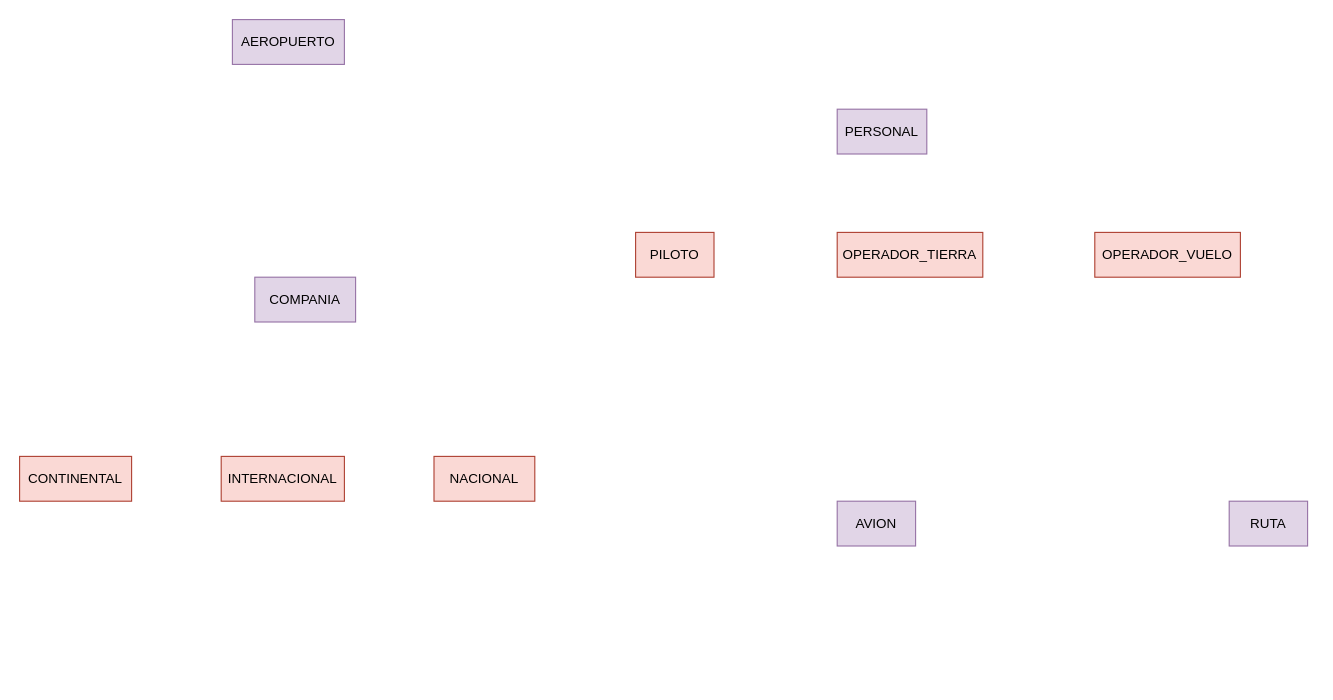
misiomishi/itcj keeps this draw.io diagram as Diagrama E-R Aeropuerto TBD.drawio. Above is the earlier version. Source tidied: cells renumbered, new cells numbered last; positions are measured from the earlier drawing's top-left corner, leaving out a move shared by most shapes. Both pictures are drawn from the tidied source at 112%, with x=0, y=0 at pixel (19, 19).
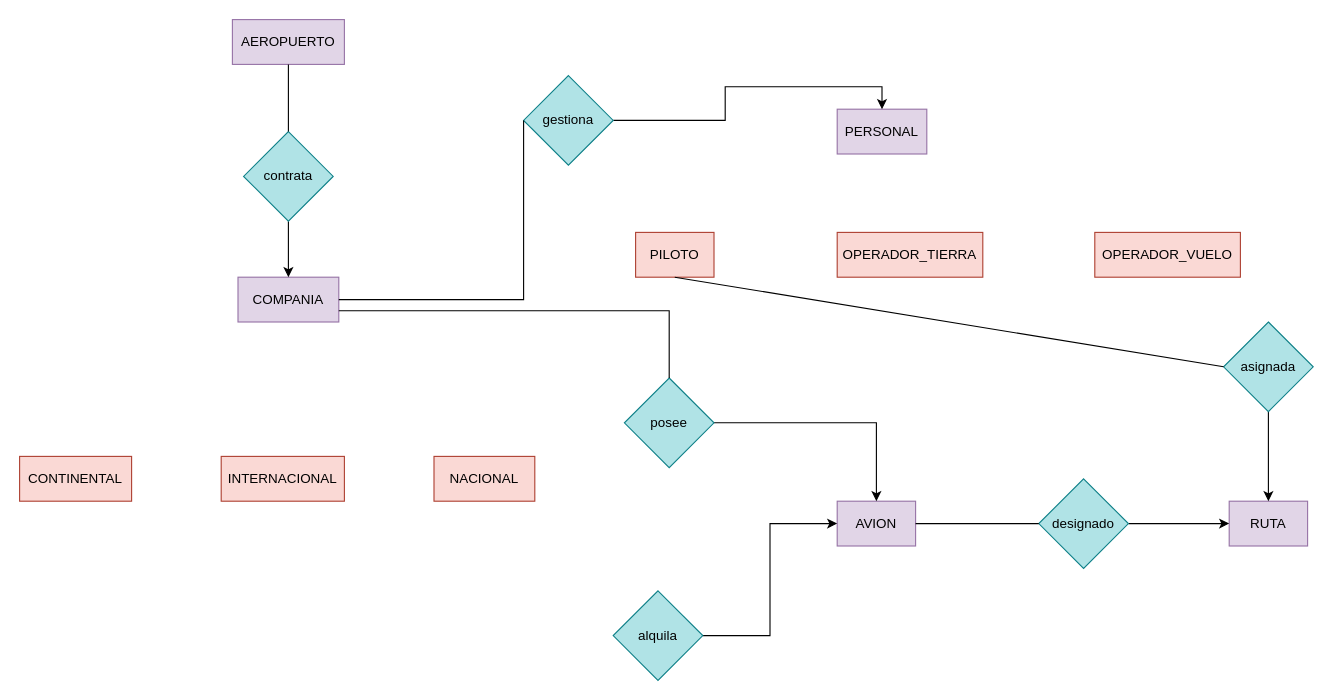
Above is the later version.

Unchanged cells that the change refers to:
```xml
<mxCell id="2" value="AEROPUERTO" style="rounded=0;whiteSpace=wrap;html=1;fillColor=#e1d5e7;strokeColor=#9673a6;" parent="1" vertex="1">
  <mxGeometry x="190" width="100" height="40" as="geometry" />
</mxCell>
<mxCell id="4" value="AVION" style="rounded=0;whiteSpace=wrap;html=1;fillColor=#e1d5e7;strokeColor=#9673a6;" parent="1" vertex="1">
  <mxGeometry x="730" y="430" width="70" height="40" as="geometry" />
</mxCell>
<mxCell id="5" value="RUTA" style="rounded=0;whiteSpace=wrap;html=1;fillColor=#e1d5e7;strokeColor=#9673a6;" parent="1" vertex="1">
  <mxGeometry x="1080" y="430" width="70" height="40" as="geometry" />
</mxCell>
<mxCell id="6" value="PERSONAL" style="rounded=0;whiteSpace=wrap;html=1;fillColor=#e1d5e7;strokeColor=#9673a6;" parent="1" vertex="1">
  <mxGeometry x="730" y="80" width="80" height="40" as="geometry" />
</mxCell>
<mxCell id="12" value="PILOTO" style="rounded=0;whiteSpace=wrap;html=1;fillColor=#fad9d5;strokeColor=#ae4132;" parent="1" vertex="1">
  <mxGeometry x="550" y="190" width="70" height="40" as="geometry" />
</mxCell>
```

The edit, as a diff of the source:
```diff
@@
     <mxCell id="3" value="COMPANIA" style="rounded=0;whiteSpace=wrap;html=1;fillColor=#e1d5e7;strokeColor=#9673a6;" parent="1" vertex="1">
-      <mxGeometry x="210" y="230" width="90" height="40" as="geometry" />
+      <mxGeometry x="195" y="230" width="90" height="40" as="geometry" />
     </mxCell>
@@
+    <mxCell id="13" style="edgeStyle=orthogonalEdgeStyle;rounded=0;jettySize=auto;html=1;exitX=0.5;exitY=1;exitDx=0;exitDy=0;entryX=0.5;entryY=0;entryDx=0;entryDy=0;" parent="1" edge="1" source="14" target="3">
+      <mxGeometry relative="1" as="geometry" />
+    </mxCell>
+    <mxCell id="14" value="contrata" style="rhombus;whiteSpace=wrap;html=1;fillColor=#b0e3e6;strokeColor=#0e8088;" parent="1" vertex="1">
+      <mxGeometry x="200" y="100" width="80" height="80" as="geometry" />
+    </mxCell>
+    <mxCell id="15" style="edgeStyle=orthogonalEdgeStyle;rounded=0;jettySize=auto;html=1;exitX=1;exitY=0.5;exitDx=0;exitDy=0;entryX=0.5;entryY=0;entryDx=0;entryDy=0;" parent="1" edge="1" source="16" target="6">
+      <mxGeometry relative="1" as="geometry" />
+    </mxCell>
+    <mxCell id="16" value="gestiona" style="rhombus;whiteSpace=wrap;html=1;fillColor=#b0e3e6;strokeColor=#0e8088;" parent="1" vertex="1">
+      <mxGeometry x="450" y="50" width="80" height="80" as="geometry" />
+    </mxCell>
+    <mxCell id="17" style="edgeStyle=orthogonalEdgeStyle;rounded=0;jettySize=auto;html=1;exitX=1;exitY=0.5;exitDx=0;exitDy=0;entryX=0;entryY=0.5;entryDx=0;entryDy=0;" parent="1" edge="1" source="18" target="4">
+      <mxGeometry relative="1" as="geometry" />
+    </mxCell>
+    <mxCell id="18" value="alquila" style="rhombus;whiteSpace=wrap;html=1;fillColor=#b0e3e6;strokeColor=#0e8088;" parent="1" vertex="1">
+      <mxGeometry x="530" y="510" width="80" height="80" as="geometry" />
+    </mxCell>
+    <mxCell id="19" style="edgeStyle=orthogonalEdgeStyle;rounded=0;jettySize=auto;html=1;exitX=1;exitY=0.5;exitDx=0;exitDy=0;entryX=0.5;entryY=0;entryDx=0;entryDy=0;" parent="1" edge="1" source="20" target="4">
+      <mxGeometry relative="1" as="geometry" />
+    </mxCell>
+    <mxCell id="20" value="posee" style="rhombus;whiteSpace=wrap;html=1;fillColor=#b0e3e6;strokeColor=#0e8088;" parent="1" vertex="1">
+      <mxGeometry x="540" y="320" width="80" height="80" as="geometry" />
+    </mxCell>
+    <mxCell id="21" style="edgeStyle=orthogonalEdgeStyle;rounded=0;jettySize=auto;html=1;exitX=1;exitY=0.5;exitDx=0;exitDy=0;entryX=0;entryY=0.5;entryDx=0;entryDy=0;" parent="1" edge="1" source="22" target="5">
+      <mxGeometry relative="1" as="geometry" />
+    </mxCell>
+    <mxCell id="22" value="designado" style="rhombus;whiteSpace=wrap;html=1;fillColor=#b0e3e6;strokeColor=#0e8088;" parent="1" vertex="1">
+      <mxGeometry x="910" y="410" width="80" height="80" as="geometry" />
+    </mxCell>
+    <mxCell id="23" style="edgeStyle=orthogonalEdgeStyle;rounded=0;jettySize=auto;html=1;exitX=0.5;exitY=1;exitDx=0;exitDy=0;entryX=0.5;entryY=0;entryDx=0;entryDy=0;" parent="1" edge="1" source="24" target="5">
+      <mxGeometry relative="1" as="geometry" />
+    </mxCell>
+    <mxCell id="24" value="asignada" style="rhombus;whiteSpace=wrap;html=1;fillColor=#b0e3e6;strokeColor=#0e8088;" parent="1" vertex="1">
+      <mxGeometry x="1075" y="270" width="80" height="80" as="geometry" />
+    </mxCell>
+    <mxCell id="25" style="endArrow=none;html=1;rounded=0;entryX=0.5;entryY=1;entryDx=0;entryDy=0;exitX=0.5;exitY=0;exitDx=0;exitDy=0;" parent="1" edge="1" source="14" target="2">
+      <mxGeometry relative="1" as="geometry" />
+    </mxCell>
+    <mxCell id="26" style="endArrow=none;html=1;rounded=0;entryX=0;entryY=0.5;entryDx=0;entryDy=0;exitX=1;exitY=0.5;exitDx=0;exitDy=0;" parent="1" edge="1" source="3" target="16">
+      <mxGeometry relative="1" as="geometry">
+        <Array as="points">
+          <mxPoint x="450" y="250" />
+        </Array>
+      </mxGeometry>
+    </mxCell>
+    <mxCell id="27" style="endArrow=none;html=1;rounded=0;entryX=1;entryY=0.75;entryDx=0;entryDy=0;exitX=0.5;exitY=0;exitDx=0;exitDy=0;" parent="1" edge="1" source="20" target="3">
+      <mxGeometry relative="1" as="geometry">
+        <Array as="points">
+          <mxPoint x="580" y="260" />
+        </Array>
+      </mxGeometry>
+    </mxCell>
+    <mxCell id="28" style="endArrow=none;html=1;rounded=0;entryX=1;entryY=0.5;entryDx=0;entryDy=0;exitX=0;exitY=0.5;exitDx=0;exitDy=0;" parent="1" edge="1" source="22" target="4">
+      <mxGeometry relative="1" as="geometry" />
+    </mxCell>
+    <mxCell id="29" style="endArrow=none;html=1;rounded=0;entryX=0.5;entryY=1;entryDx=0;entryDy=0;exitX=0;exitY=0.5;exitDx=0;exitDy=0;" parent="1" edge="1" source="24" target="12">
+      <mxGeometry relative="1" as="geometry" />
+    </mxCell>
```
